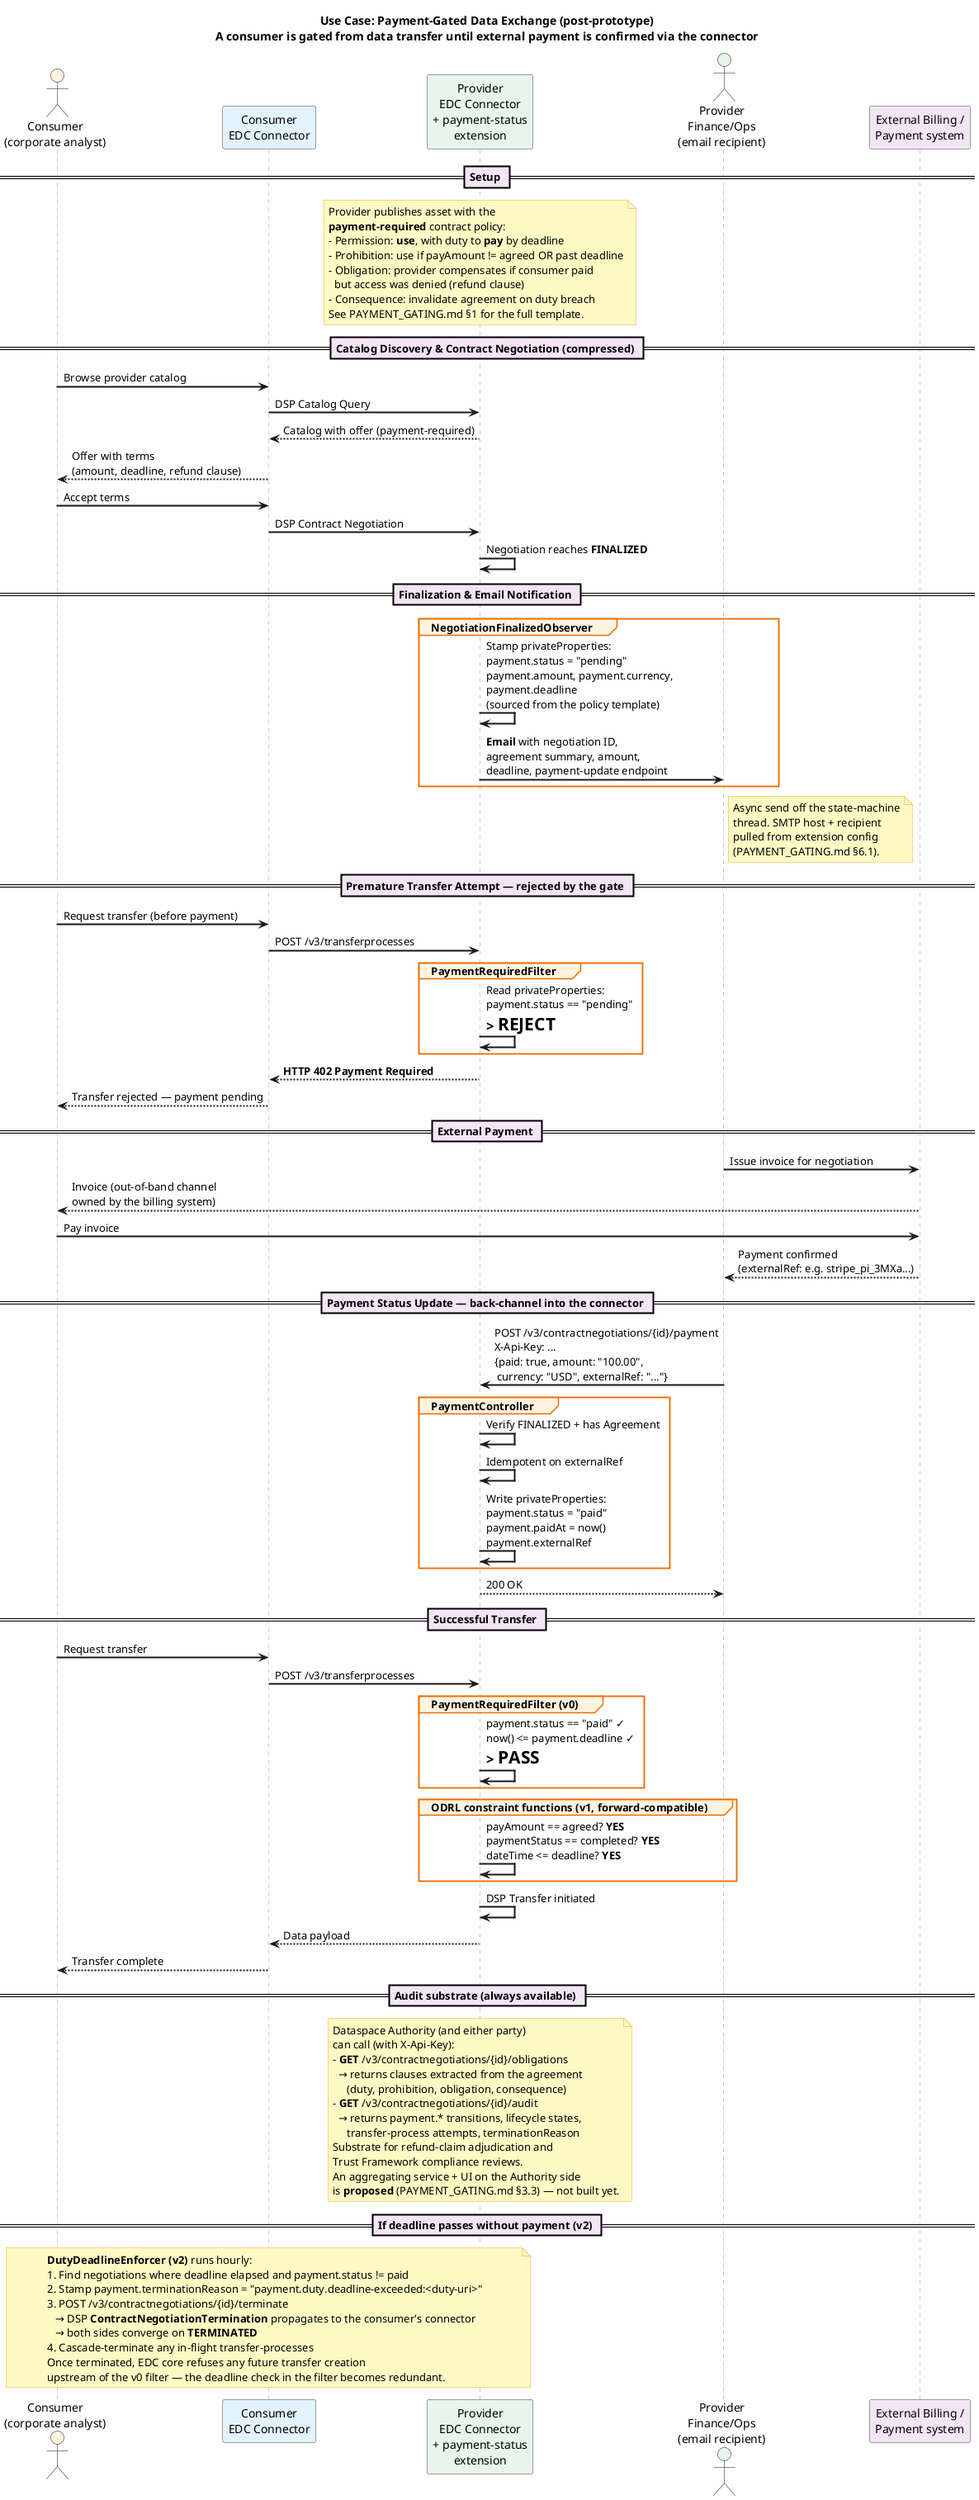
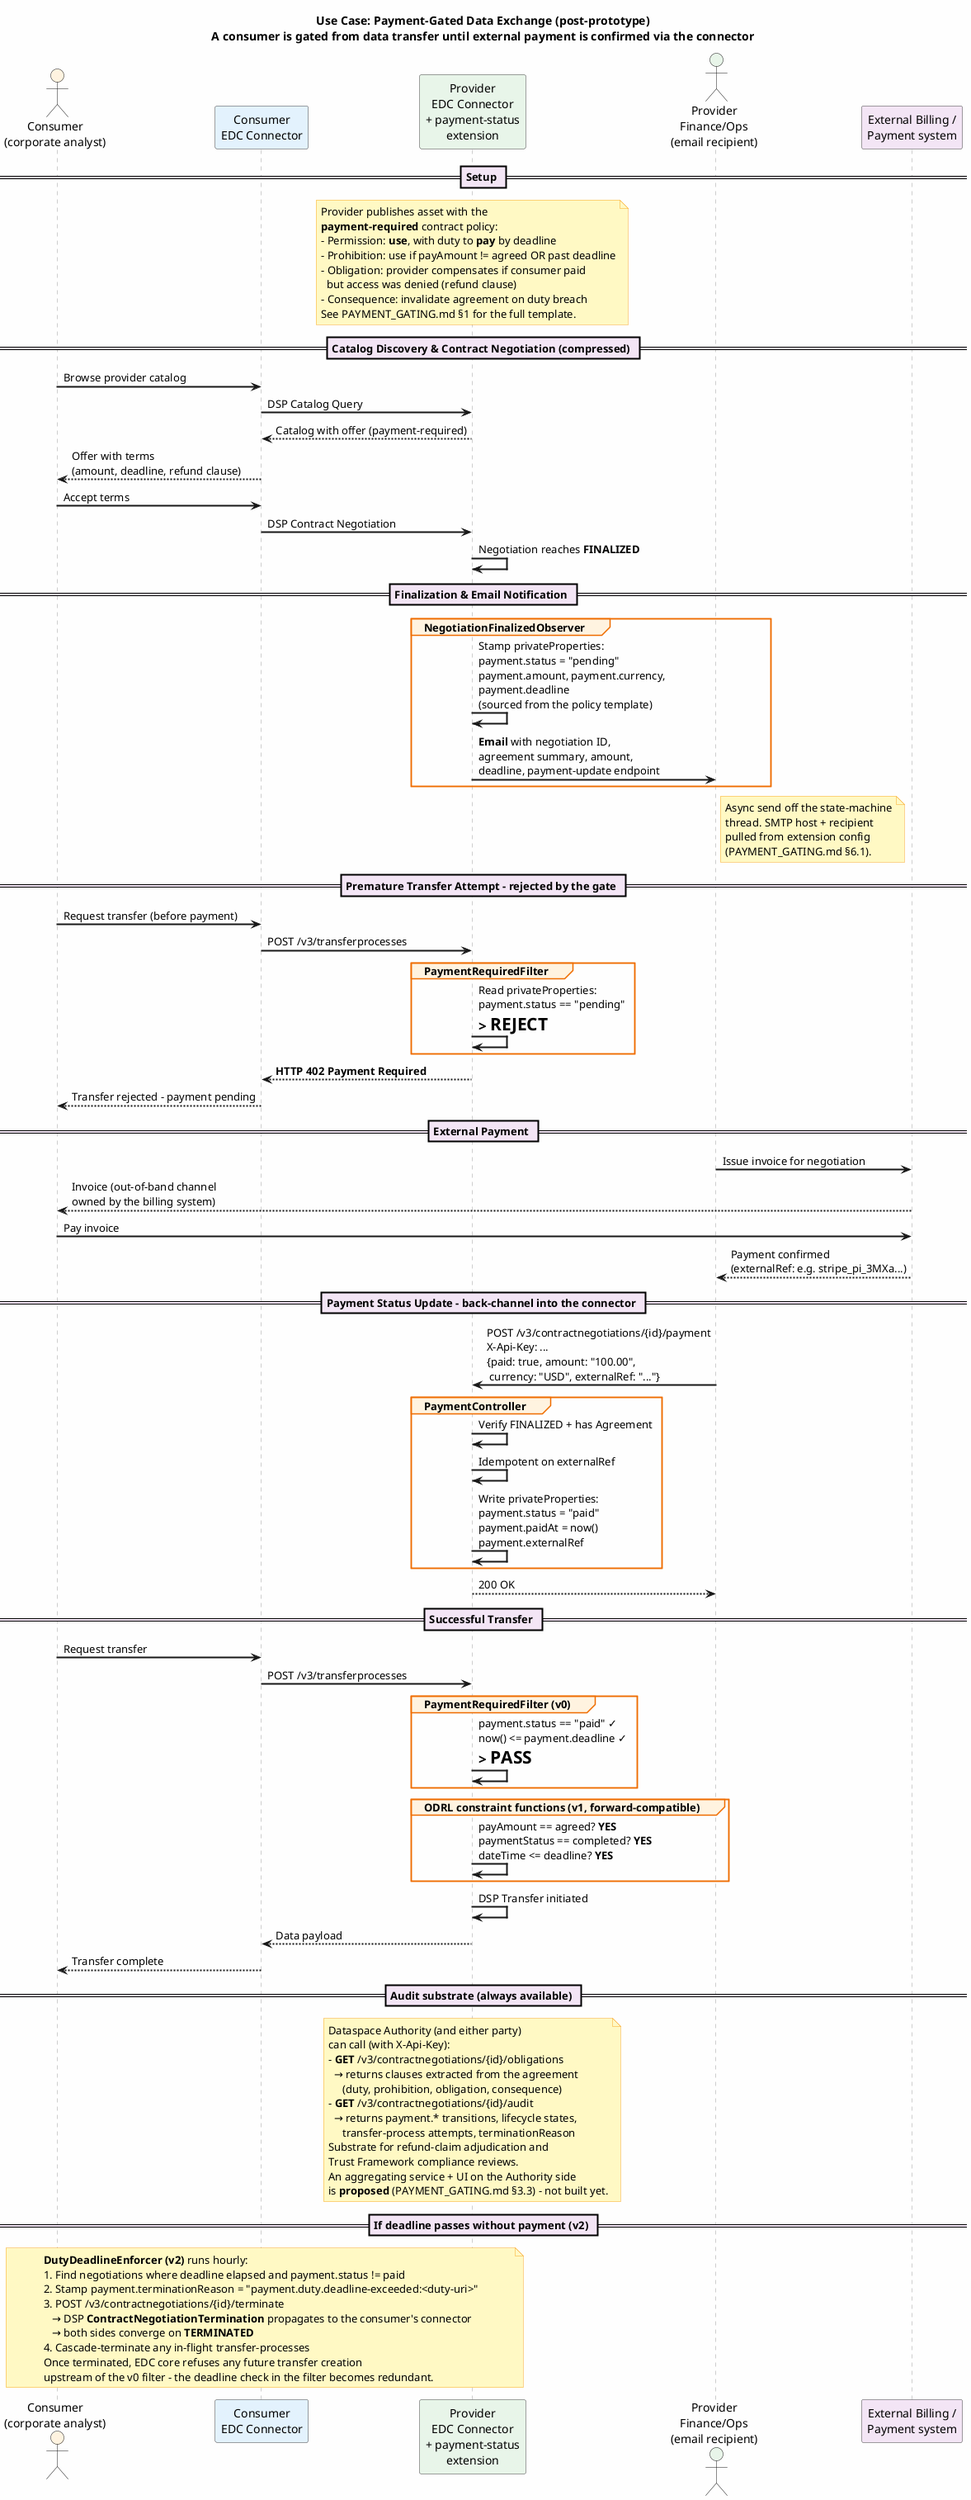
@startuml Payment-Gated Data Exchange
title **Use Case: Payment-Gated Data Exchange (post-prototype)**\nA consumer is gated from data transfer until external payment is confirmed via the connector

skinparam backgroundColor #FEFEFE
skinparam sequenceArrowThickness 2
skinparam sequenceParticipantBorderColor #424242
skinparam sequenceLifeLineBorderColor #9E9E9E
skinparam noteBackgroundColor #FFF9C4
skinparam noteBorderColor #F9A825
skinparam sequenceGroupBackgroundColor #FFF3E0
skinparam sequenceGroupBorderColor #EF6C00
skinparam sequenceDividerBackgroundColor #F3E5F5

actor "Consumer\n(corporate analyst)" as Consumer #FFF3E0
participant "Consumer\nEDC Connector" as C_EDC #E3F2FD
participant "Provider\nEDC Connector\n+ payment-status\nextension" as P_EDC #E8F5E9
actor "Provider\nFinance/Ops\n(email recipient)" as Finance #E8F5E9
participant "External Billing /\nPayment system" as Pay #F3E5F5

== Setup ==

note over P_EDC
  Provider publishes asset with the
  **payment-required** contract policy:
  - Permission: **use**, with duty to **pay** by deadline
  - Prohibition: use if payAmount != agreed OR past deadline
  - Obligation: provider compensates if consumer paid
    but access was denied (refund clause)
  - Consequence: invalidate agreement on duty breach
  See PAYMENT_GATING.md §1 for the full template.
end note

== Catalog Discovery & Contract Negotiation (compressed) ==

Consumer -> C_EDC : Browse provider catalog
C_EDC -> P_EDC : DSP Catalog Query
P_EDC --> C_EDC : Catalog with offer (payment-required)
C_EDC --> Consumer : Offer with terms\n(amount, deadline, refund clause)
Consumer -> C_EDC : Accept terms
C_EDC -> P_EDC : DSP Contract Negotiation
P_EDC -> P_EDC : Negotiation reaches **FINALIZED**

== Finalization & Email Notification ==

group NegotiationFinalizedObserver
  P_EDC -> P_EDC : Stamp privateProperties:\npayment.status = "pending"\npayment.amount, payment.currency,\npayment.deadline\n(sourced from the policy template)
  P_EDC -> Finance : **Email** with negotiation ID,\nagreement summary, amount,\ndeadline, payment-update endpoint
end
note right of Finance
  Async send off the state-machine
  thread. SMTP host + recipient
  pulled from extension config
  (PAYMENT_GATING.md §6.1).
end note

- == Premature Transfer Attempt — rejected by the gate ==
+ == Premature Transfer Attempt - rejected by the gate ==

Consumer -> C_EDC : Request transfer (before payment)
C_EDC -> P_EDC : POST /v3/transferprocesses
group PaymentRequiredFilter
  P_EDC -> P_EDC : Read privateProperties:\npayment.status == "pending"\n=> **REJECT**
end
P_EDC --> C_EDC : **HTTP 402 Payment Required**
- C_EDC --> Consumer : Transfer rejected — payment pending
+ C_EDC --> Consumer : Transfer rejected - payment pending

== External Payment ==

Finance -> Pay : Issue invoice for negotiation
Pay --> Consumer : Invoice (out-of-band channel\nowned by the billing system)
Consumer -> Pay : Pay invoice
Pay --> Finance : Payment confirmed\n(externalRef: e.g. stripe_pi_3MXa...)

- == Payment Status Update — back-channel into the connector ==
+ == Payment Status Update - back-channel into the connector ==

Finance -> P_EDC : POST /v3/contractnegotiations/{id}/payment\nX-Api-Key: ...\n{paid: true, amount: "100.00",\n currency: "USD", externalRef: "..."}
group PaymentController
  P_EDC -> P_EDC : Verify FINALIZED + has Agreement
  P_EDC -> P_EDC : Idempotent on externalRef
  P_EDC -> P_EDC : Write privateProperties:\npayment.status = "paid"\npayment.paidAt = now()\npayment.externalRef
end
P_EDC --> Finance : 200 OK

== Successful Transfer ==

Consumer -> C_EDC : Request transfer
C_EDC -> P_EDC : POST /v3/transferprocesses
group PaymentRequiredFilter (v0)
  P_EDC -> P_EDC : payment.status == "paid" ✓\nnow() <= payment.deadline ✓\n=> **PASS**
end
group ODRL constraint functions (v1, forward-compatible)
  P_EDC -> P_EDC : payAmount == agreed? **YES**\npaymentStatus == completed? **YES**\ndateTime <= deadline? **YES**
end
P_EDC -> P_EDC : DSP Transfer initiated
P_EDC --> C_EDC : Data payload
C_EDC --> Consumer : Transfer complete

== Audit substrate (always available) ==

note over P_EDC
  Dataspace Authority (and either party)
  can call (with X-Api-Key):
  - **GET** /v3/contractnegotiations/{id}/obligations
    → returns clauses extracted from the agreement
       (duty, prohibition, obligation, consequence)
  - **GET** /v3/contractnegotiations/{id}/audit
    → returns payment.* transitions, lifecycle states,
       transfer-process attempts, terminationReason
  Substrate for refund-claim adjudication and
  Trust Framework compliance reviews.
  An aggregating service + UI on the Authority side
-   is **proposed** (PAYMENT_GATING.md §3.3) — not built yet.
+   is **proposed** (PAYMENT_GATING.md §3.3) - not built yet.
end note

== If deadline passes without payment (v2) ==

/ note over P_EDC, Consumer
  **DutyDeadlineEnforcer (v2)** runs hourly:
  1. Find negotiations where deadline elapsed and payment.status != paid
  2. Stamp payment.terminationReason = "payment.duty.deadline-exceeded:<duty-uri>"
  3. POST /v3/contractnegotiations/{id}/terminate
     → DSP **ContractNegotiationTermination** propagates to the consumer's connector
     → both sides converge on **TERMINATED**
  4. Cascade-terminate any in-flight transfer-processes
  Once terminated, EDC core refuses any future transfer creation
-   upstream of the v0 filter — the deadline check in the filter becomes redundant.
+   upstream of the v0 filter - the deadline check in the filter becomes redundant.
end note

@enduml
